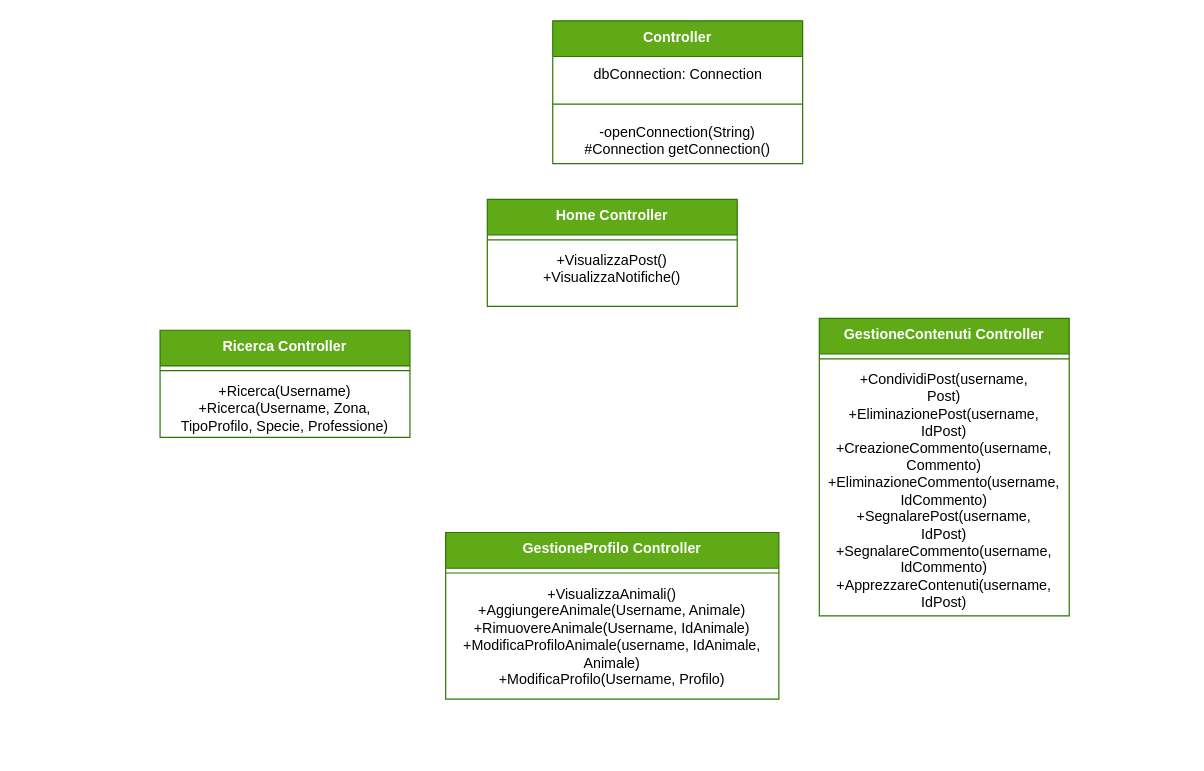
This is uml/GestioneUtente Dettaglio.drawio from Iannicc/Pet-Party, a draw.io file, before an edit. Source tidied: cells renumbered, new cells numbered last; positions are measured from the earlier drawing's top-left corner, leaving out a move shared by most shapes. Both pictures are drawn from the tidied source at 119%, with x=0, y=0 at pixel (159, 20).
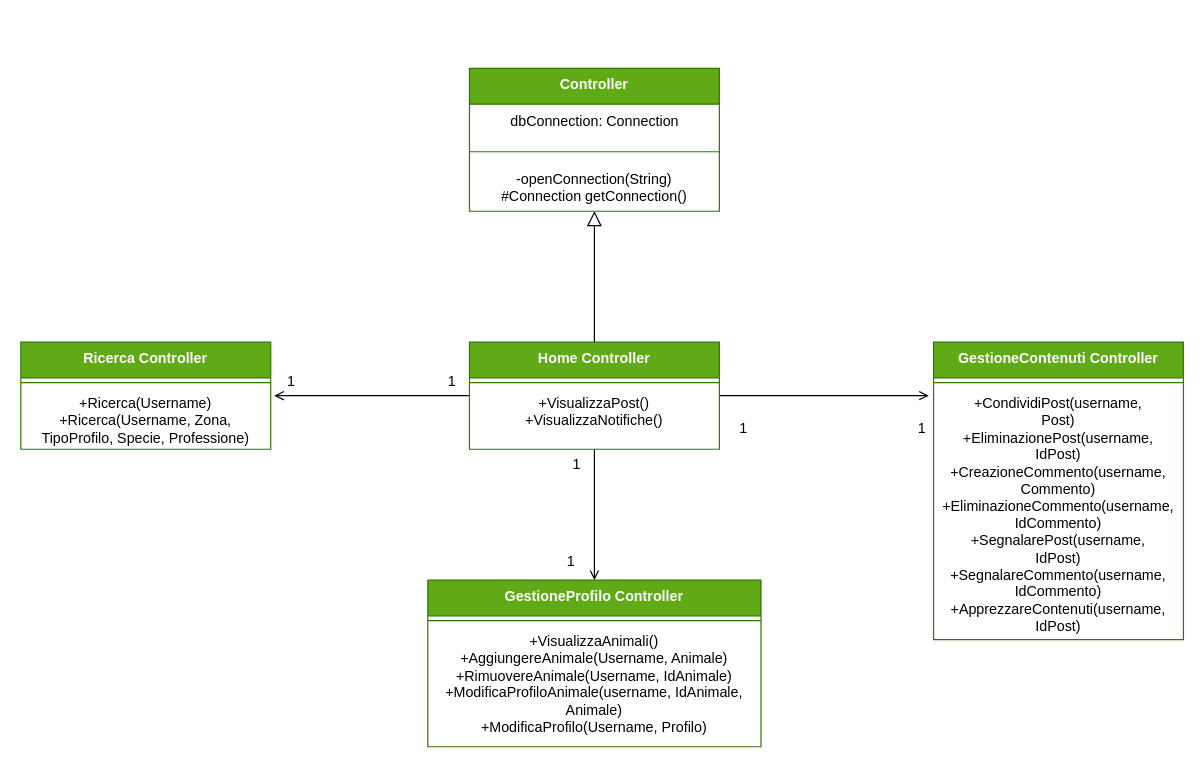
Above is the later version.

Unchanged cells that the change refers to:
```xml
<mxCell id="10" value="&lt;div&gt;+Ricerca(Username)&lt;/div&gt;&lt;div&gt;+Ricerca(Username, Zona, TipoProfilo, Specie, Professione)&lt;br&gt;&lt;/div&gt;" style="text;strokeColor=none;fillColor=none;align=center;verticalAlign=top;spacingLeft=4;spacingRight=4;overflow=hidden;points=[[0,0.5],[1,0.5]];portConstraint=eastwest;whiteSpace=wrap;html=1;" parent="8" vertex="1">
  <mxGeometry y="38" width="210" height="52" as="geometry" />
</mxCell>
<mxCell id="13" value="+CondividiPost(username,&lt;br&gt;Post)&lt;br&gt;+EliminazionePost(username,&lt;br&gt;IdPost)&lt;br&gt;+CreazioneCommento(username,&lt;br&gt;Commento)&lt;br&gt;+EliminazioneCommento(username,&lt;br&gt;IdCommento)&lt;br&gt;+SegnalarePost(username,&lt;br&gt;IdPost)&lt;br&gt;+SegnalareCommento(username, IdCommento)&lt;br&gt;+ApprezzareContenuti(username,&lt;br&gt;IdPost)" style="text;strokeColor=none;fillColor=none;align=center;verticalAlign=top;spacingLeft=4;spacingRight=4;overflow=hidden;points=[[0,0.5],[1,0.5]];portConstraint=eastwest;whiteSpace=wrap;html=1;" parent="11" vertex="1">
  <mxGeometry y="38" width="210" height="212" as="geometry" />
</mxCell>
```

Change to the diagram source:
```diff
@@
     <mxCell id="2" value="&lt;div&gt;GestioneProfilo Controller&lt;br&gt;&lt;/div&gt;" style="swimlane;fontStyle=1;align=center;verticalAlign=top;horizontal=1;startSize=30;whiteSpace=wrap;html=1;fillColor=#60a917;fontColor=#ffffff;strokeColor=#2D7600;" parent="1" vertex="1">
-      <mxGeometry x="240" y="430" width="280" height="140" as="geometry" />
+      <mxGeometry x="225" y="470" width="280" height="140" as="geometry" />
     </mxCell>
@@
+    <mxCell id="18" style="edgeStyle=orthogonalEdgeStyle;rounded=0;jettySize=auto;html=1;entryX=0.5;entryY=0;entryDx=0;entryDy=0;endArrow=open;endFill=0;" parent="1" edge="1" source="5" target="2">
+      <mxGeometry relative="1" as="geometry" />
+    </mxCell>
+    <mxCell id="19" style="edgeStyle=orthogonalEdgeStyle;rounded=0;jettySize=auto;html=1;entryX=-0.019;entryY=0.033;entryDx=0;entryDy=0;entryPerimeter=0;endArrow=open;endFill=0;" parent="1" edge="1" source="5" target="13">
+      <mxGeometry relative="1" as="geometry" />
+    </mxCell>
+    <mxCell id="20" style="edgeStyle=orthogonalEdgeStyle;rounded=0;jettySize=auto;html=1;entryX=1.014;entryY=0.135;entryDx=0;entryDy=0;entryPerimeter=0;endArrow=open;endFill=0;" parent="1" edge="1" source="5" target="10">
+      <mxGeometry relative="1" as="geometry" />
+    </mxCell>
+    <mxCell id="21" style="edgeStyle=orthogonalEdgeStyle;rounded=0;jettySize=auto;html=1;entryX=0.5;entryY=1;entryDx=0;entryDy=0;endArrow=block;endFill=0;startSize=12;endSize=10;" parent="1" edge="1" source="5" target="14">
+      <mxGeometry relative="1" as="geometry" />
+    </mxCell>
     <mxCell id="5" value="Home Controller" style="swimlane;fontStyle=1;align=center;verticalAlign=top;horizontal=1;startSize=30;whiteSpace=wrap;html=1;fillColor=#60a917;fontColor=#ffffff;strokeColor=#2D7600;" parent="1" vertex="1">
-      <mxGeometry x="275" y="150" width="210" height="90" as="geometry" />
+      <mxGeometry x="260" y="270" width="210" height="90" as="geometry" />
     </mxCell>
@@
     <mxCell id="8" value="Ricerca Controller" style="swimlane;fontStyle=1;align=center;verticalAlign=top;horizontal=1;startSize=30;whiteSpace=wrap;html=1;fillColor=#60a917;fontColor=#ffffff;strokeColor=#2D7600;" parent="1" vertex="1">
-      <mxGeometry y="260" width="210" height="90" as="geometry" />
+      <mxGeometry x="-117" y="270" width="210" height="90" as="geometry" />
     </mxCell>
@@
     <mxCell id="11" value="GestioneContenuti Controller" style="swimlane;fontStyle=1;align=center;verticalAlign=top;horizontal=1;startSize=30;whiteSpace=wrap;html=1;fillColor=#60a917;fontColor=#ffffff;strokeColor=#2D7600;" parent="1" vertex="1">
-      <mxGeometry x="554" y="250" width="210" height="250" as="geometry" />
+      <mxGeometry x="650" y="270" width="210" height="250" as="geometry" />
     </mxCell>
@@
     <mxCell id="14" value="Controller" style="swimlane;fontStyle=1;align=center;verticalAlign=top;horizontal=1;startSize=30;whiteSpace=wrap;html=1;fillColor=#60a917;fontColor=#ffffff;strokeColor=#2D7600;" parent="1" vertex="1">
-      <mxGeometry x="330" width="210" height="120" as="geometry" />
+      <mxGeometry x="260" y="40" width="210" height="120" as="geometry" />
     </mxCell>
@@
+    <mxCell id="22" value="1" style="text;html=1;align=center;verticalAlign=middle;strokeColor=none;fillColor=none;" parent="1" vertex="1">
+      <mxGeometry x="95" y="288" width="30" height="30" as="geometry" />
+    </mxCell>
+    <mxCell id="23" value="1" style="text;html=1;align=center;verticalAlign=middle;strokeColor=none;fillColor=none;" parent="1" vertex="1">
+      <mxGeometry x="230" y="288" width="30" height="30" as="geometry" />
+    </mxCell>
+    <mxCell id="24" value="1" style="text;html=1;align=center;verticalAlign=middle;strokeColor=none;fillColor=none;" parent="1" vertex="1">
+      <mxGeometry x="335" y="358" width="30" height="30" as="geometry" />
+    </mxCell>
+    <mxCell id="25" value="1" style="text;html=1;align=center;verticalAlign=middle;strokeColor=none;fillColor=none;" parent="1" vertex="1">
+      <mxGeometry x="330" y="440" width="30" height="30" as="geometry" />
+    </mxCell>
+    <mxCell id="26" value="1" style="text;html=1;align=center;verticalAlign=middle;strokeColor=none;fillColor=none;" parent="1" vertex="1">
+      <mxGeometry x="625" y="328" width="30" height="30" as="geometry" />
+    </mxCell>
+    <mxCell id="27" value="1" style="text;html=1;align=center;verticalAlign=middle;strokeColor=none;fillColor=none;" parent="1" vertex="1">
+      <mxGeometry x="475" y="328" width="30" height="30" as="geometry" />
+    </mxCell>
```
